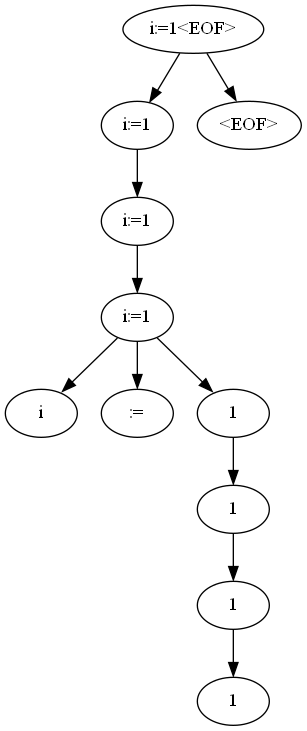
This is ANTLR/output.png from Mcklmo/Simplified-GPL-Syntax-Compiler-P4-Project-AAU-, a Graphviz export, as it was before one commit. Its source is kept beside it as ANTLR/output.dot. Its diagram source:
```dot
digraph G {
n0 [label="i:=1<EOF>"];
n1 [label="i:=1"];
n0 -> n1;
n2 [label="i:=1"];
n1 -> n2;
n3 [label="i:=1"];
n2 -> n3;
n4 [label="i"];
n3 -> n4;
n5 [label=":="];
n3 -> n5;
n6 [label="1"];
n3 -> n6;
n7 [label="1"];
n6 -> n7;
n8 [label="1"];
n7 -> n8;
n9 [label="1"];
n8 -> n9;
n10 [label="<EOF>"];
n0 -> n10;
}
```
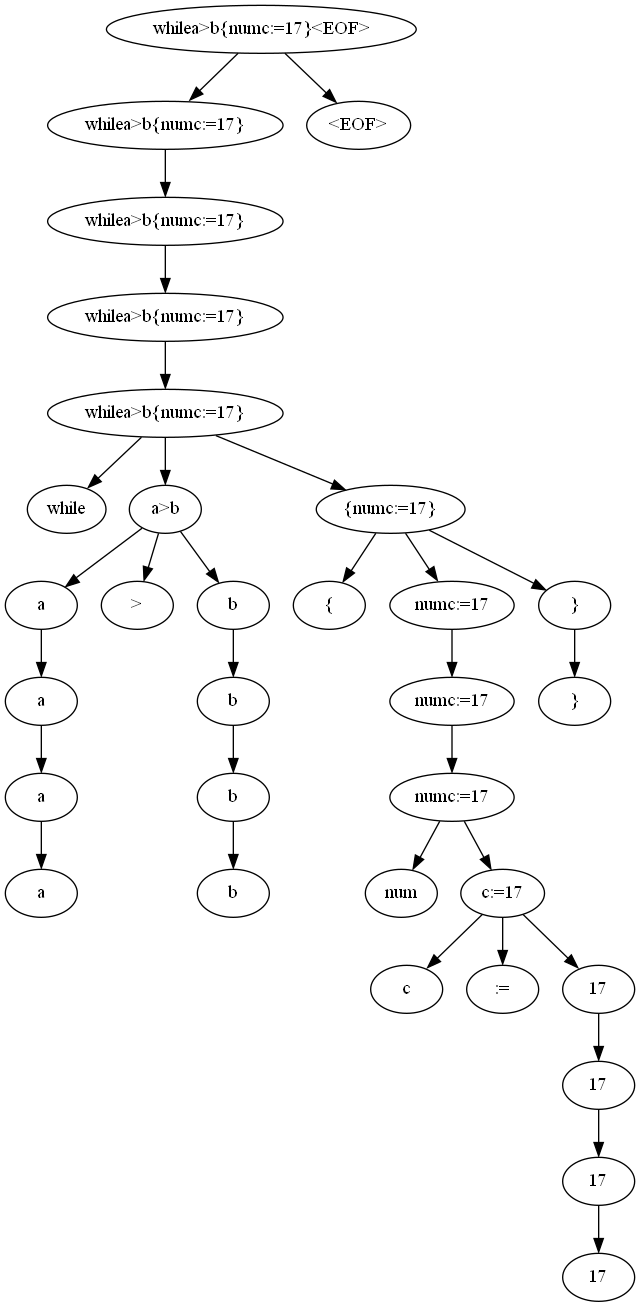
The same file after the commit.

The edit, as a diff of the source:
```diff
@@ -1,23 +1,65 @@
 digraph G {
-n0 [label="i:=1<EOF>"];
-n1 [label="i:=1"];
+n0 [label="whilea>b{numc:=17}<EOF>"];
+n1 [label="whilea>b{numc:=17}"];
 n0 -> n1;
-n2 [label="i:=1"];
+n2 [label="whilea>b{numc:=17}"];
 n1 -> n2;
-n3 [label="i:=1"];
+n3 [label="whilea>b{numc:=17}"];
 n2 -> n3;
-n4 [label="i"];
+n4 [label="whilea>b{numc:=17}"];
 n3 -> n4;
-n5 [label=":="];
-n3 -> n5;
-n6 [label="1"];
-n3 -> n6;
-n7 [label="1"];
+n5 [label="while"];
+n4 -> n5;
+n6 [label="a>b"];
+n4 -> n6;
+n7 [label="a"];
 n6 -> n7;
-n8 [label="1"];
+n8 [label="a"];
 n7 -> n8;
-n9 [label="1"];
+n9 [label="a"];
 n8 -> n9;
-n10 [label="<EOF>"];
-n0 -> n10;
+n10 [label="a"];
+n9 -> n10;
+n11 [label=">"];
+n6 -> n11;
+n12 [label="b"];
+n6 -> n12;
+n13 [label="b"];
+n12 -> n13;
+n14 [label="b"];
+n13 -> n14;
+n15 [label="b"];
+n14 -> n15;
+n16 [label="{numc:=17}"];
+n4 -> n16;
+n17 [label="{"];
+n16 -> n17;
+n18 [label="numc:=17"];
+n16 -> n18;
+n19 [label="numc:=17"];
+n18 -> n19;
+n20 [label="numc:=17"];
+n19 -> n20;
+n21 [label="num"];
+n20 -> n21;
+n22 [label="c:=17"];
+n20 -> n22;
+n23 [label="c"];
+n22 -> n23;
+n24 [label=":="];
+n22 -> n24;
+n25 [label="17"];
+n22 -> n25;
+n26 [label="17"];
+n25 -> n26;
+n27 [label="17"];
+n26 -> n27;
+n28 [label="17"];
+n27 -> n28;
+n29 [label="}"];
+n16 -> n29;
+n30 [label="}"];
+n29 -> n30;
+n31 [label="<EOF>"];
+n0 -> n31;
 }
```
